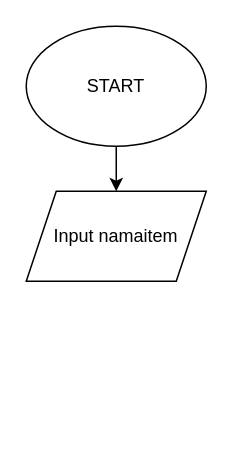
The draw.io diagram Flowchart.drawio in YabesMaychel-2007113801/Yabes_Maychel-Mesin_Kasir, before the edit. Source tidied: cells renumbered, new cells numbered last; positions are measured from the earlier drawing's top-left corner, leaving out a move shared by most shapes. Both pictures are drawn from the tidied source at 150%, with x=0, y=0 at pixel (26, 26).
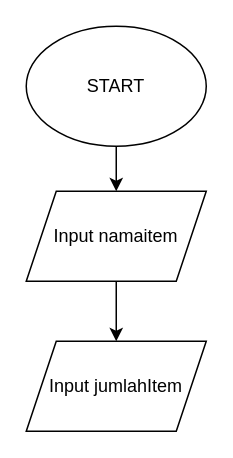
Above is the later version.

Commit message:
Pembuatan variabel jumlahItem

What changed in the source:
```diff
@@
 <mxGraphModel>
   <root>
     <mxCell id="0" />
     <mxCell id="1" parent="0" />
     <mxCell id="2" style="edgeStyle=none;html=1;" parent="1" edge="1" source="3" target="4">
       <mxGeometry relative="1" as="geometry" />
     </mxCell>
     <mxCell id="3" value="START" style="ellipse;whiteSpace=wrap;html=1;" parent="1" vertex="1">
       <mxGeometry width="120" height="80" as="geometry" />
     </mxCell>
+    <mxCell id="5" style="edgeStyle=none;html=1;" parent="1" edge="1" source="4" target="6">
+      <mxGeometry relative="1" as="geometry" />
+    </mxCell>
     <mxCell id="4" value="Input namaitem" style="shape=parallelogram;perimeter=parallelogramPerimeter;whiteSpace=wrap;html=1;fixedSize=1;" parent="1" vertex="1">
       <mxGeometry y="110" width="120" height="60" as="geometry" />
     </mxCell>
+    <mxCell id="6" value="Input jumlahItem" style="shape=parallelogram;perimeter=parallelogramPerimeter;whiteSpace=wrap;html=1;fixedSize=1;" parent="1" vertex="1">
+      <mxGeometry y="210" width="120" height="60" as="geometry" />
+    </mxCell>
   </root>
 </mxGraphModel>
```
